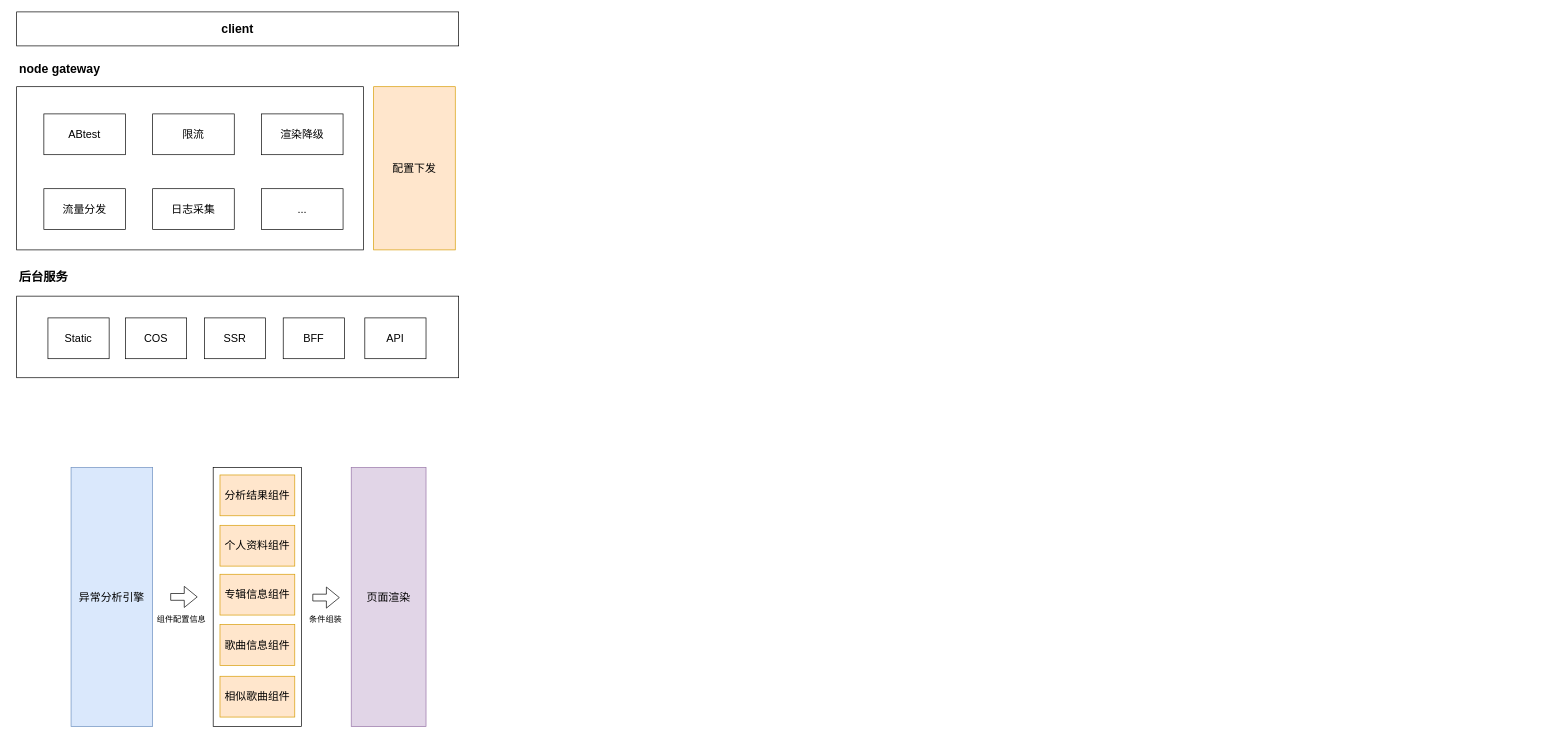
maoliang2271/bigpipe-demo keeps this draw.io diagram as page "MNG" (14 of 15) of static/ppt.drawio. Above is the earlier version. Source tidied: cells renumbered, new cells numbered last; positions are measured from the earlier drawing's top-left corner, leaving out a move shared by most shapes. Both pictures are drawn from the tidied source at 68%, with x=0, y=0 at pixel (12, 12).
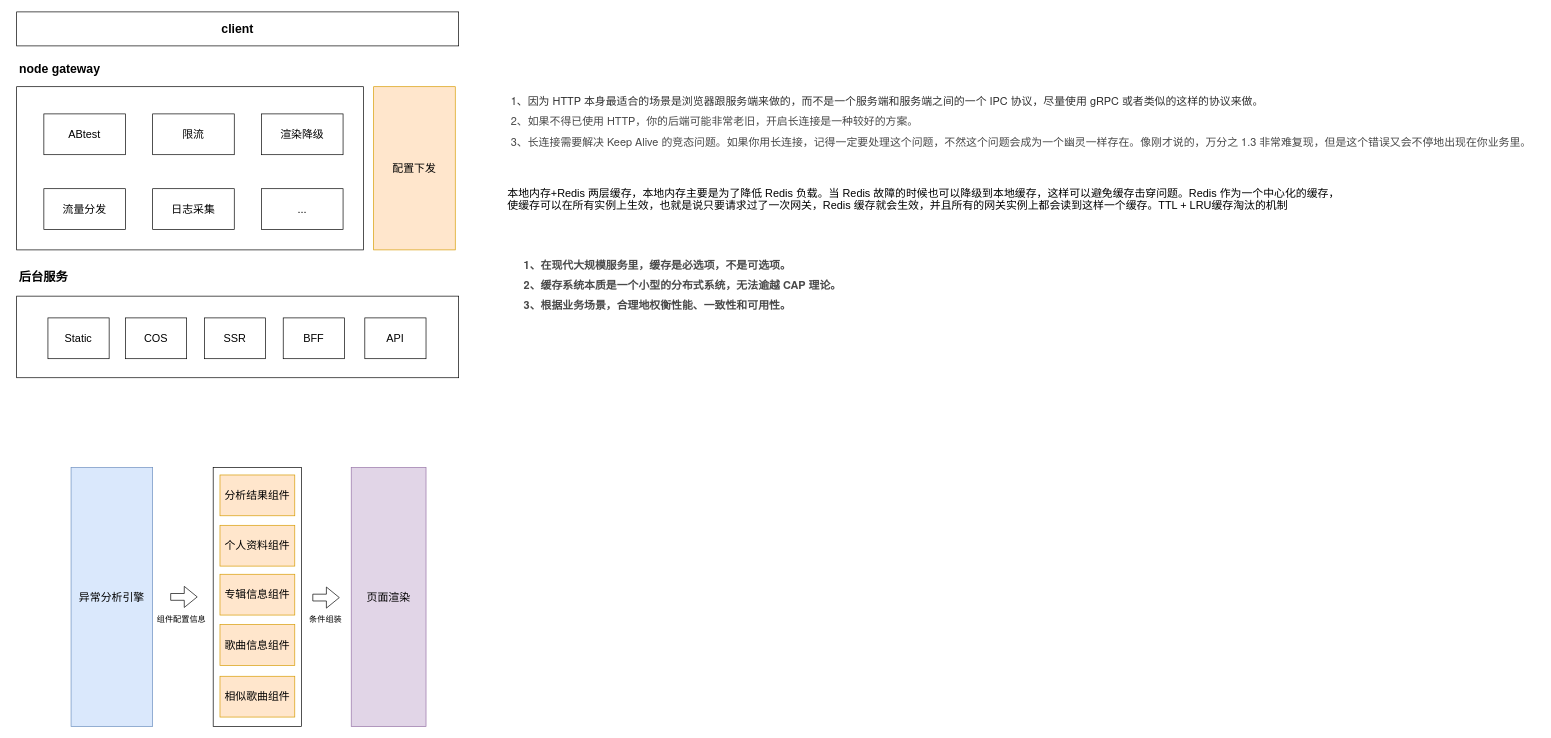
After the change.

What changed in the source:
```diff
@@
+    <mxCell id="31" value="&lt;ol style=&quot;margin: 0px; padding: 0px; list-style: none; color: rgb(48, 48, 48); font-family: &amp;quot;Helvetica Neue&amp;quot;, &amp;quot;PingFang SC&amp;quot;, Verdana, &amp;quot;Microsoft Yahei&amp;quot;, &amp;quot;Hiragino Sans GB&amp;quot;, &amp;quot;Microsoft Sans Serif&amp;quot;, &amp;quot;WenQuanYi Micro Hei&amp;quot;, sans-serif; font-size: 16px; text-align: start;&quot;&gt;&lt;li style=&quot;margin: 0px; padding: 0px; list-style: none;&quot;&gt;&lt;p style=&quot;margin: 0px; padding: 0px 0px 0px 24px; line-height: 1.875; min-height: 30px; word-break: break-all; position: relative;&quot;&gt;1、因为 HTTP 本身最适合的场景是浏览器跟服务端来做的，而不是一个服务端和服务端之间的一个 IPC 协议，尽量使用 gRPC 或者类似的这样的协议来做。&lt;span style=&quot;margin: 0px; padding: 0px; color: rgb(73, 73, 73);&quot;&gt;&lt;/span&gt;&lt;/p&gt;&lt;/li&gt;&lt;li style=&quot;margin: 0px; padding: 0px; list-style: none;&quot;&gt;&lt;p style=&quot;margin: 0px; padding: 0px 0px 0px 24px; line-height: 1.875; min-height: 30px; word-break: break-all; position: relative;&quot;&gt;&lt;span style=&quot;margin: 0px; padding: 0px; color: rgb(73, 73, 73);&quot;&gt;&lt;span style=&quot;margin: 0px; padding: 0px;&quot;&gt;2、如果不得已使用 HTTP，你的后端可能非常老旧，开启长连接是一种较好的方案&lt;/span&gt;。&lt;/span&gt;&lt;/p&gt;&lt;/li&gt;&lt;li style=&quot;margin: 0px; padding: 0px; list-style: none;&quot;&gt;&lt;p style=&quot;margin: 0px; padding: 0px 0px 0px 24px; line-height: 1.875; min-height: 30px; word-break: break-all; position: relative;&quot;&gt;&lt;span style=&quot;margin: 0px; padding: 0px; color: rgb(73, 73, 73);&quot;&gt;&lt;span style=&quot;margin: 0px; padding: 0px;&quot;&gt;3、长连接需要解决 Keep Alive 的竞态问题。&lt;/span&gt;如果你用长连接，记得一定要处理这个问题，不然这个问题会成为一个幽灵一样存在。像刚才说的，万分之 1.3 非常难复现，但是这个错误又会不停地出现在你业务里。&lt;/span&gt;&lt;/p&gt;&lt;/li&gt;&lt;/ol&gt;" style="text;html=1;align=center;verticalAlign=middle;strokeColor=none;fillColor=none;fontStyle=0;" parent="1" vertex="1">
+      <mxGeometry x="697" y="110" width="1550" height="100" as="geometry" />
+    </mxCell>
+    <mxCell id="32" value="本地内存+Redis 两层缓存，本地内存主要是为了降低 Redis 负载。当 Redis 故障的时候也可以降级到本地缓存，这样可以避免缓存击穿问题。Redis 作为一个中心化的缓存，使缓存可以在所有实例上生效，也就是说只要请求过了一次网关，Redis 缓存就会生效，并且所有的网关实例上都会读到这样一个缓存。TTL + LRU缓存淘汰的机制" style="text;whiteSpace=wrap;html=1;fontSize=16;verticalAlign=top;" parent="1" vertex="1">
+      <mxGeometry x="727" y="250" width="1230" height="40" as="geometry" />
+    </mxCell>
+    <mxCell id="33" value="&lt;ol style=&quot;margin: 0px; padding: 0px; list-style: none; color: rgb(48, 48, 48); font-family: &amp;quot;Helvetica Neue&amp;quot;, &amp;quot;PingFang SC&amp;quot;, Verdana, &amp;quot;Microsoft Yahei&amp;quot;, &amp;quot;Hiragino Sans GB&amp;quot;, &amp;quot;Microsoft Sans Serif&amp;quot;, &amp;quot;WenQuanYi Micro Hei&amp;quot;, sans-serif; font-size: 16px; font-style: normal; font-variant-ligatures: normal; font-variant-caps: normal; font-weight: 400; letter-spacing: normal; orphans: 2; text-align: start; text-indent: 0px; text-transform: none; widows: 2; word-spacing: 0px; -webkit-text-stroke-width: 0px; background-color: rgb(255, 255, 255); text-decoration-thickness: initial; text-decoration-style: initial; text-decoration-color: initial;&quot;&gt;&lt;li style=&quot;margin: 0px; padding: 0px; list-style: none;&quot;&gt;&lt;p style=&quot;margin: 0px; padding: 0px 0px 0px 24px; line-height: 1.875; font-size: 16px; min-height: 30px; word-break: break-all; position: relative;&quot;&gt;&lt;span style=&quot;margin: 0px; padding: 0px; color: rgb(73, 73, 73);&quot;&gt;&lt;strong style=&quot;margin: 0px; padding: 0px; font-weight: 700;&quot;&gt;1、在现代大规模服务里，缓存是必选项，不是可选项。&lt;/strong&gt;&lt;/span&gt;&lt;/p&gt;&lt;/li&gt;&lt;li style=&quot;margin: 0px; padding: 0px; list-style: none;&quot;&gt;&lt;p style=&quot;margin: 0px; padding: 0px 0px 0px 24px; line-height: 1.875; font-size: 16px; min-height: 30px; word-break: break-all; position: relative;&quot;&gt;&lt;span style=&quot;margin: 0px; padding: 0px; color: rgb(73, 73, 73);&quot;&gt;&lt;strong style=&quot;margin: 0px; padding: 0px; font-weight: 700;&quot;&gt;2、缓存系统本质是一个小型的分布式系统，无法逾越 CAP 理论。&lt;/strong&gt;&lt;/span&gt;&lt;/p&gt;&lt;/li&gt;&lt;li style=&quot;margin: 0px; padding: 0px; list-style: none;&quot;&gt;&lt;p style=&quot;margin: 0px; padding: 0px 0px 0px 24px; line-height: 1.875; font-size: 16px; min-height: 30px; word-break: break-all; position: relative;&quot;&gt;&lt;span style=&quot;margin: 0px; padding: 0px; color: rgb(73, 73, 73);&quot;&gt;&lt;strong style=&quot;margin: 0px; padding: 0px; font-weight: 700;&quot;&gt;3、根据业务场景，合理地权衡性能、一致性和可用性。&lt;/strong&gt;&lt;/span&gt;&lt;/p&gt;&lt;/li&gt;&lt;/ol&gt;" style="text;whiteSpace=wrap;html=1;" parent="1" vertex="1">
+      <mxGeometry x="727" y="350" width="500" height="120" as="geometry" />
+    </mxCell>
```
